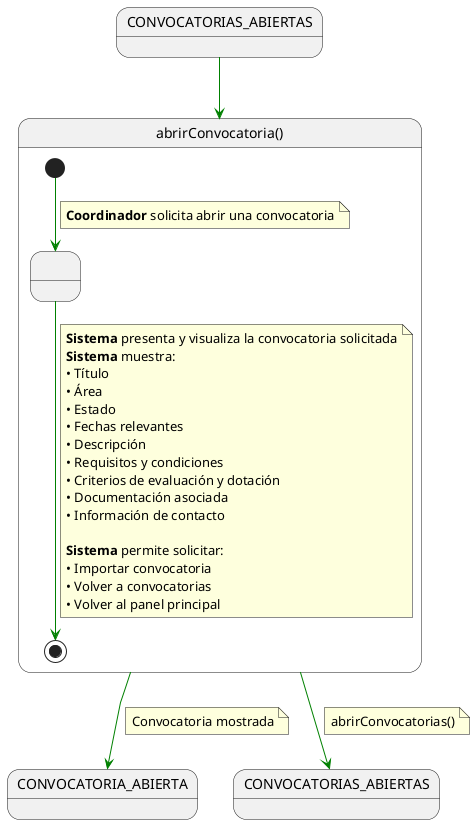
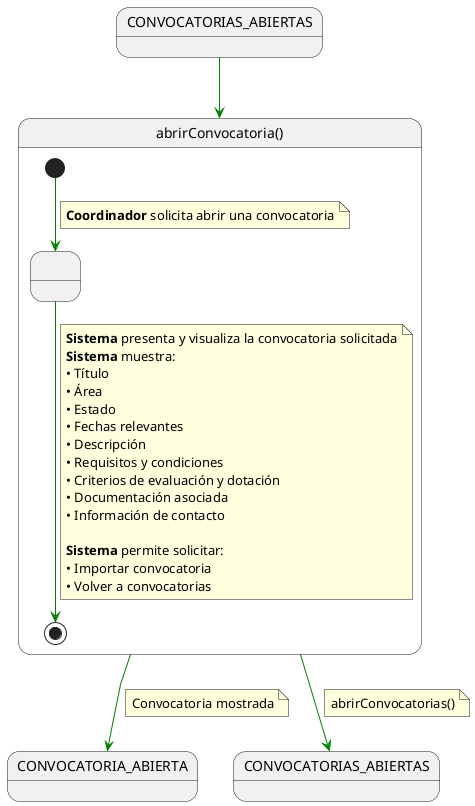
@startuml abrirConvocatoria
skinparam linetype polyline

state in1 as "CONVOCATORIAS_ABIERTAS"
in1 -[#green]-> abrirConvocatoria

state abrirConvocatoria as "abrirConvocatoria()" {

    state " " as CargandoDetalle

    [*] -[#green]-> CargandoDetalle
    note on link
    <b>Coordinador</b> solicita abrir una convocatoria
    end note

    CargandoDetalle -[#green]-> [*]
    note on link
    <b>Sistema</b> presenta y visualiza la convocatoria solicitada
    <b>Sistema</b> muestra:
    • Título
    • Área
    • Estado
    • Fechas relevantes
    • Descripción
    • Requisitos y condiciones
    • Criterios de evaluación y dotación
    • Documentación asociada
    • Información de contacto

    <b>Sistema</b> permite solicitar:
    • Importar convocatoria
    • Volver a convocatorias
-     • Volver al panel principal
    end note
}

abrirConvocatoria -[#green]-> CONVOCATORIA_ABIERTA
note on link
Convocatoria mostrada
end note

abrirConvocatoria -[#green]-> CONVOCATORIAS_ABIERTAS
note on link
abrirConvocatorias()
end note

@enduml
